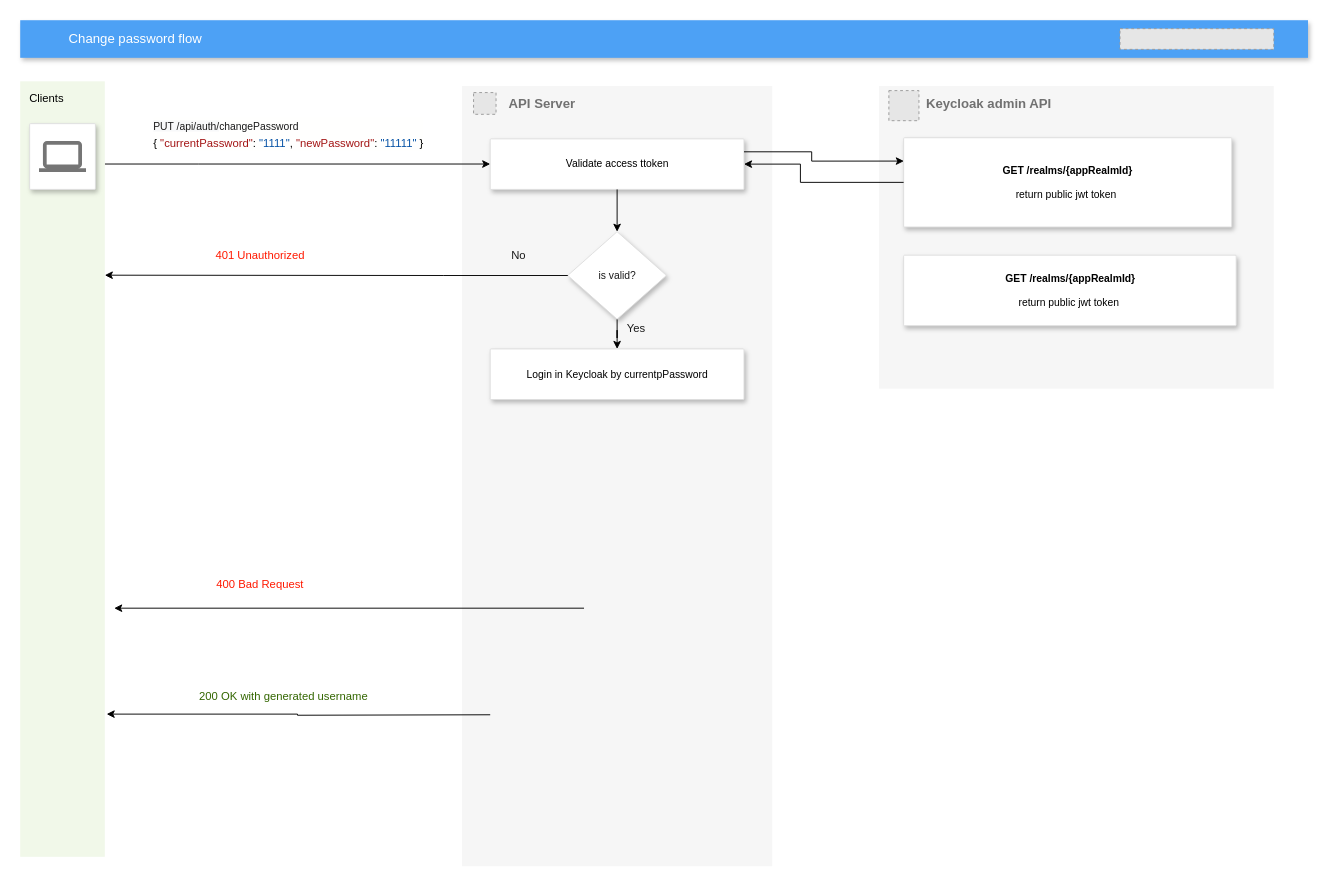
koldunb/draw-io keeps this draw.io diagram as diagrams/Copy of login-flow.drawio. Above is the earlier version. Source tidied: cells renumbered, new cells numbered last; positions are measured from the earlier drawing's top-left corner, leaving out a move shared by most shapes. Both pictures are drawn from the tidied source at 94%, with x=0, y=0 at pixel (20, 20). Pictures stored in the file or linked from it are replaced by grey dashed boxes.
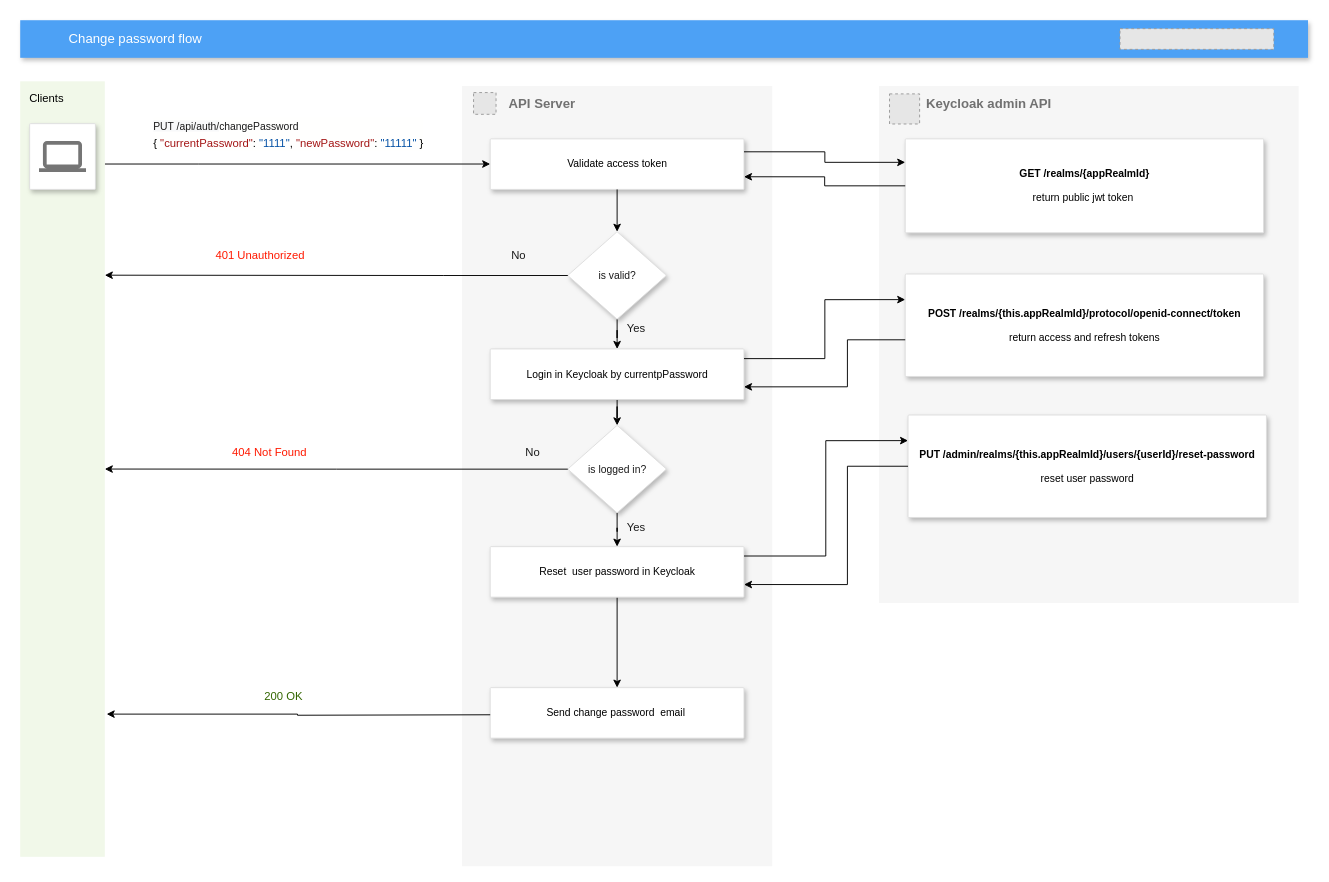
The same page after the edit.

Unchanged cells that the change refers to:
```xml
<mxCell id="2" value="&lt;b&gt;API Server&amp;nbsp;&lt;/b&gt;" style="fillColor=#F6F6F6;strokeColor=none;shadow=0;gradientColor=none;fontSize=14;align=left;spacing=10;fontColor=#717171;9E9E9E;verticalAlign=top;spacingTop=-4;fontStyle=0;spacingLeft=40;html=1;" parent="1" vertex="1">
  <mxGeometry x="470" y="70" width="330" height="830" as="geometry" />
</mxCell>
<mxCell id="10" value="&lt;font color=&quot;#000000&quot;&gt;Login in Keycloak by currentpPassword&lt;/font&gt;" style="strokeColor=#dddddd;fillColor=#ffffff;shadow=1;strokeWidth=1;rounded=1;absoluteArcSize=1;arcSize=2;fontSize=11;fontColor=#9E9E9E;align=center;html=1;" parent="2" vertex="1">
  <mxGeometry x="30" y="279.7" width="270" height="53.8" as="geometry" />
</mxCell>
<mxCell id="12" value="&lt;font color=&quot;#000000&quot;&gt;Clients&lt;/font&gt;" style="rounded=1;absoluteArcSize=1;arcSize=0;html=1;strokeColor=none;gradientColor=none;shadow=0;dashed=0;fontSize=12;fontColor=#9E9E9E;align=left;verticalAlign=top;spacing=10;spacingTop=-4;fillColor=#F1F8E9;" parent="1" vertex="1">
  <mxGeometry y="65" width="90" height="825" as="geometry" />
</mxCell>
```

The edit, as a diff of the source:
```diff
@@
-    <mxCell id="4" value="&lt;font color=&quot;#000000&quot;&gt;Validate access ttoken&lt;/font&gt;" style="strokeColor=#dddddd;fillColor=#ffffff;shadow=1;strokeWidth=1;rounded=1;absoluteArcSize=1;arcSize=2;fontSize=11;fontColor=#9E9E9E;align=center;html=1;" parent="2" vertex="1">
+    <mxCell id="4" value="&lt;font color=&quot;#000000&quot;&gt;Validate access token&lt;/font&gt;" style="strokeColor=#dddddd;fillColor=#ffffff;shadow=1;strokeWidth=1;rounded=1;absoluteArcSize=1;arcSize=2;fontSize=11;fontColor=#9E9E9E;align=center;html=1;" parent="2" vertex="1">
       <mxGeometry x="30" y="56.2" width="270" height="53.8" as="geometry" />
     </mxCell>
@@
+    <mxCell id="30" style="edgeStyle=orthogonalEdgeStyle;rounded=0;jettySize=auto;html=1;" parent="2" edge="1" source="10" target="32">
+      <mxGeometry relative="1" as="geometry" />
+    </mxCell>
@@
+    <mxCell id="31" style="edgeStyle=orthogonalEdgeStyle;rounded=0;jettySize=auto;html=1;" parent="2" edge="1" source="32" target="35">
+      <mxGeometry relative="1" as="geometry" />
+    </mxCell>
+    <mxCell id="32" value="&lt;font color=&quot;#1a1a1a&quot;&gt;is logged in?&lt;/font&gt;" style="rhombus;whiteSpace=wrap;html=1;fontSize=11;fillColor=#ffffff;strokeColor=#dddddd;fontColor=#9E9E9E;shadow=1;strokeWidth=1;rounded=1;arcSize=2;" parent="2" vertex="1">
+      <mxGeometry x="112.5" y="361" width="105" height="93.1" as="geometry" />
+    </mxCell>
+    <mxCell id="33" value="No" style="text;html=1;align=center;verticalAlign=middle;fillColor=none;strokeColor=none;rounded=0;fontColor=#1A1A1A;" parent="2" vertex="1">
+      <mxGeometry x="60" y="380" width="30" height="20" as="geometry" />
+    </mxCell>
+    <mxCell id="34" style="edgeStyle=orthogonalEdgeStyle;rounded=0;jettySize=auto;html=1;" parent="2" edge="1" source="35" target="37">
+      <mxGeometry relative="1" as="geometry" />
+    </mxCell>
+    <mxCell id="35" value="&lt;font color=&quot;#000000&quot;&gt;Reset&amp;nbsp; user password in Keycloak&lt;/font&gt;" style="strokeColor=#dddddd;fillColor=#ffffff;shadow=1;strokeWidth=1;rounded=1;absoluteArcSize=1;arcSize=2;fontSize=11;fontColor=#9E9E9E;align=center;html=1;" parent="2" vertex="1">
+      <mxGeometry x="30" y="490" width="270" height="53.8" as="geometry" />
+    </mxCell>
+    <mxCell id="36" value="Yes" style="text;html=1;align=center;verticalAlign=middle;fillColor=none;strokeColor=none;rounded=0;fontColor=#1A1A1A;" parent="2" vertex="1">
+      <mxGeometry x="165" y="460" width="40" height="20" as="geometry" />
+    </mxCell>
+    <mxCell id="37" value="&lt;font color=&quot;#000000&quot;&gt;Send change password&amp;nbsp; email&amp;nbsp;&lt;/font&gt;" style="strokeColor=#dddddd;fillColor=#ffffff;shadow=1;strokeWidth=1;rounded=1;absoluteArcSize=1;arcSize=2;fontSize=11;fontColor=#9E9E9E;align=center;html=1;" parent="2" vertex="1">
+      <mxGeometry x="30" y="640" width="270" height="53.8" as="geometry" />
+    </mxCell>
@@
     <mxCell id="16" value="&lt;b&gt;Keycloak admin API&lt;/b&gt;" style="fillColor=#F6F6F6;strokeColor=none;shadow=0;gradientColor=none;fontSize=14;align=left;spacing=10;fontColor=#717171;9E9E9E;verticalAlign=top;spacingTop=-4;fontStyle=0;spacingLeft=40;html=1;" parent="1" vertex="1">
-      <mxGeometry x="913.6" y="70" width="420" height="322" as="geometry" />
+      <mxGeometry x="913.6" y="70" width="446.4" height="550" as="geometry" />
     </mxCell>
     <mxCell id="17" style="fillColor=#E6E6E6;strokeColor=#999999;dashed=1;verticalLabelPosition=bottom;verticalAlign=top;" parent="16" vertex="1">
-      <mxGeometry x="10.5" y="4.9" width="32" height="32" as="geometry" />
+      <mxGeometry x="11.2" y="8.4" width="32" height="32" as="geometry" />
     </mxCell>
     <mxCell id="18" value="&lt;b style=&quot;color: rgb(0, 0, 0);&quot;&gt;GET /realms/{appRealmId}&lt;/b&gt;&lt;br style=&quot;color: rgb(0, 0, 0);&quot;&gt;&lt;br style=&quot;color: rgb(0, 0, 0);&quot;&gt;&lt;span style=&quot;color: rgb(0, 0, 0);&quot;&gt;return public jwt token&amp;nbsp;&lt;/span&gt;&lt;font color=&quot;#000000&quot;&gt;&lt;br&gt;&lt;/font&gt;" style="strokeColor=#dddddd;fillColor=#ffffff;shadow=1;strokeWidth=1;rounded=1;absoluteArcSize=1;arcSize=2;fontSize=11;fontColor=#9E9E9E;align=center;html=1;" parent="16" vertex="1">
-      <mxGeometry x="26.2" y="55" width="349.1" height="95" as="geometry" />
+      <mxGeometry x="27.9" y="56.2" width="381.3" height="100" as="geometry" />
     </mxCell>
-    <mxCell id="19" value="&lt;font color=&quot;#000000&quot;&gt;&lt;b&gt;GET /realms/{appRealmId}&lt;/b&gt;&lt;br&gt;&lt;br&gt;return public jwt token&amp;nbsp;&lt;br&gt;&lt;/font&gt;" style="strokeColor=#dddddd;fillColor=#ffffff;shadow=1;strokeWidth=1;rounded=1;absoluteArcSize=1;arcSize=2;fontSize=11;fontColor=#9E9E9E;align=center;html=1;" parent="16" vertex="1">
-      <mxGeometry x="26.2" y="180" width="353.8" height="75" as="geometry" />
-    </mxCell>
+    <mxCell id="38" value="&lt;font color=&quot;#000000&quot;&gt;&lt;b&gt;POST /realms/{this.appRealmId}/protocol/openid-connect/token&lt;/b&gt;&lt;br&gt;&lt;br&gt;return access and refresh tokens&lt;br&gt;&lt;/font&gt;" style="strokeColor=#dddddd;fillColor=#ffffff;shadow=1;strokeWidth=1;rounded=1;absoluteArcSize=1;arcSize=2;fontSize=11;fontColor=#9E9E9E;align=center;html=1;" parent="16" vertex="1">
+      <mxGeometry x="27.9" y="200" width="381.3" height="109" as="geometry" />
+    </mxCell>
+    <mxCell id="39" value="&lt;font color=&quot;#000000&quot;&gt;&lt;b&gt;PUT /admin/realms/{this.appRealmId}/users/{userId}/reset-password&lt;br&gt;&lt;br&gt;&lt;/b&gt;&lt;/font&gt;&lt;font color=&quot;#000000&quot;&gt;reset user password&lt;br&gt;&lt;/font&gt;" style="strokeColor=#dddddd;fillColor=#ffffff;shadow=1;strokeWidth=1;rounded=1;absoluteArcSize=1;arcSize=2;fontSize=11;fontColor=#9E9E9E;align=center;html=1;" parent="16" vertex="1">
+      <mxGeometry x="30.9" y="350" width="381.3" height="109" as="geometry" />
+    </mxCell>
@@
-    <mxCell id="23" style="edgeStyle=orthogonalEdgeStyle;rounded=0;jettySize=auto;html=1;entryX=0.063;entryY=0.248;entryDx=0;entryDy=0;entryPerimeter=0;fontColor=#1A1A1A;" parent="1" edge="1" source="4" target="16">
-      <mxGeometry relative="1" as="geometry">
-        <Array as="points">
-          <mxPoint x="842" y="140" />
-          <mxPoint x="842" y="150" />
-        </Array>
-      </mxGeometry>
-    </mxCell>
-    <mxCell id="24" style="edgeStyle=orthogonalEdgeStyle;rounded=0;jettySize=auto;html=1;entryX=1;entryY=0.5;entryDx=0;entryDy=0;fontColor=#1A1A1A;" parent="1" edge="1" source="18" target="4">
-      <mxGeometry relative="1" as="geometry">
-        <Array as="points">
-          <mxPoint x="830" y="173" />
-          <mxPoint x="830" y="153" />
-        </Array>
-      </mxGeometry>
-    </mxCell>
-    <mxCell id="25" style="edgeStyle=orthogonalEdgeStyle;rounded=0;orthogonalLoop=1;jettySize=auto;html=1;fontColor=#FF1900;" parent="1" edge="1">
-      <mxGeometry relative="1" as="geometry">
-        <mxPoint x="599.8" y="625.5" as="sourcePoint" />
-        <mxPoint x="100" y="625.5" as="targetPoint" />
-      </mxGeometry>
-    </mxCell>
-    <mxCell id="26" value="400 Bad Request" style="text;html=1;align=center;verticalAlign=middle;fillColor=default;fontColor=#FF1900;" parent="1" vertex="1">
-      <mxGeometry x="200" y="590" width="110" height="20" as="geometry" />
+    <mxCell id="26" value="404 Not Found" style="text;html=1;align=center;verticalAlign=middle;fillColor=default;fontColor=#FF1900;" parent="1" vertex="1">
+      <mxGeometry x="220" y="450" width="90" height="20" as="geometry" />
     </mxCell>
@@
-    <mxCell id="28" value="200 OK with generated username" style="text;html=1;align=center;verticalAlign=middle;fillColor=default;fontColor=#336600;" parent="1" vertex="1">
-      <mxGeometry x="185" y="710" width="190" height="20" as="geometry" />
+    <mxCell id="28" value="200 OK" style="text;html=1;align=center;verticalAlign=middle;fillColor=default;fontColor=#336600;" parent="1" vertex="1">
+      <mxGeometry x="250" y="710" width="60" height="20" as="geometry" />
     </mxCell>
@@
+    <mxCell id="40" style="edgeStyle=orthogonalEdgeStyle;rounded=0;jettySize=auto;html=1;" parent="1" edge="1" source="32" target="12">
+      <mxGeometry relative="1" as="geometry" />
+    </mxCell>
+    <mxCell id="41" style="edgeStyle=orthogonalEdgeStyle;rounded=0;jettySize=auto;html=1;entryX=0;entryY=0.25;entryDx=0;entryDy=0;" parent="1" edge="1" source="4" target="18">
+      <mxGeometry relative="1" as="geometry">
+        <Array as="points">
+          <mxPoint x="856" y="140" />
+          <mxPoint x="856" y="151" />
+        </Array>
+      </mxGeometry>
+    </mxCell>
+    <mxCell id="24" style="edgeStyle=orthogonalEdgeStyle;rounded=0;jettySize=auto;html=1;entryX=1;entryY=0.75;entryDx=0;entryDy=0;" parent="1" edge="1" source="18" target="4">
+      <mxGeometry relative="1" as="geometry" />
+    </mxCell>
+    <mxCell id="42" style="edgeStyle=orthogonalEdgeStyle;rounded=0;jettySize=auto;html=1;entryX=0;entryY=0.25;entryDx=0;entryDy=0;" parent="1" edge="1" source="10" target="38">
+      <mxGeometry relative="1" as="geometry">
+        <Array as="points">
+          <mxPoint x="856" y="360" />
+          <mxPoint x="856" y="297" />
+        </Array>
+      </mxGeometry>
+    </mxCell>
+    <mxCell id="43" style="edgeStyle=orthogonalEdgeStyle;rounded=0;jettySize=auto;html=1;entryX=1;entryY=0.75;entryDx=0;entryDy=0;" parent="1" edge="1" source="38" target="10">
+      <mxGeometry relative="1" as="geometry">
+        <Array as="points">
+          <mxPoint x="880" y="340" />
+          <mxPoint x="880" y="390" />
+        </Array>
+      </mxGeometry>
+    </mxCell>
+    <mxCell id="44" style="edgeStyle=orthogonalEdgeStyle;rounded=0;jettySize=auto;html=1;entryX=0;entryY=0.25;entryDx=0;entryDy=0;" parent="1" edge="1" source="35" target="39">
+      <mxGeometry relative="1" as="geometry">
+        <Array as="points">
+          <mxPoint x="857" y="570" />
+          <mxPoint x="857" y="447" />
+        </Array>
+      </mxGeometry>
+    </mxCell>
+    <mxCell id="45" style="edgeStyle=orthogonalEdgeStyle;rounded=0;jettySize=auto;html=1;entryX=1;entryY=0.75;entryDx=0;entryDy=0;" parent="1" edge="1" source="39" target="35">
+      <mxGeometry relative="1" as="geometry">
+        <Array as="points">
+          <mxPoint x="880" y="475" />
+          <mxPoint x="880" y="600" />
+        </Array>
+      </mxGeometry>
+    </mxCell>
```
